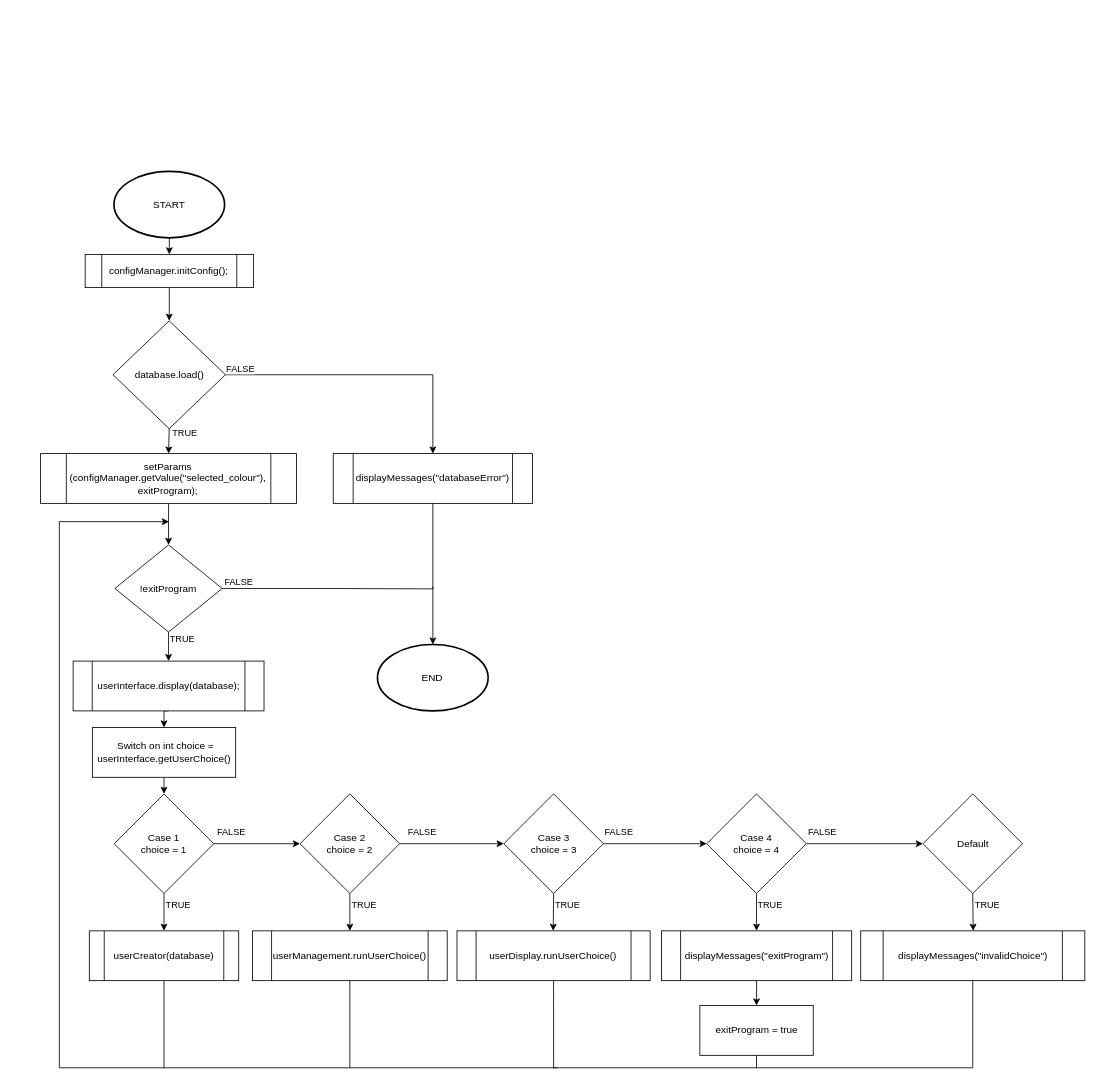
HyperekDerg/HiveHub keeps this draw.io diagram as Doc/Block_Schemes/MAIN.drawio. Above is the earlier version. Source tidied: cells renumbered, new cells numbered last; positions are measured from the earlier drawing's top-left corner, leaving out a move shared by most shapes. Both pictures are drawn from the tidied source at 83%, with x=0, y=0 at pixel (40, 171).
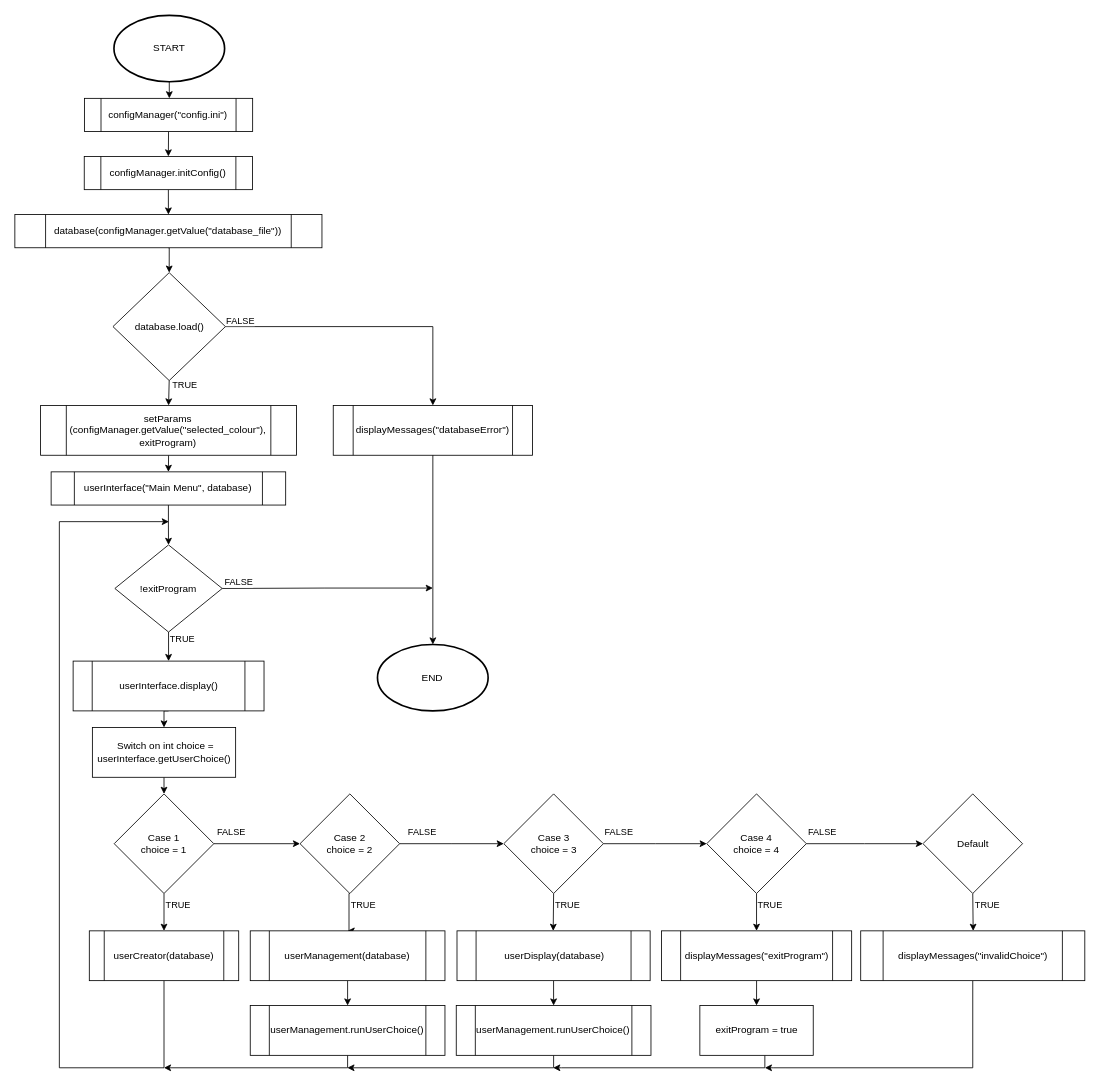
After the change.

Unchanged cells that the change refers to:
```xml
<mxCell id="15" value="!exitProgram" style="rhombus;whiteSpace=wrap;html=1;" parent="1" vertex="1">
  <mxGeometry x="89.9" y="450" width="129.3" height="105" as="geometry" />
</mxCell>
<mxCell id="29" value="Case 2&#10;choice = 2" style="rhombus;whiteSpace=wrap;html=1;" parent="1" vertex="1">
  <mxGeometry x="313" y="750" width="120" height="120" as="geometry" />
</mxCell>
<mxCell id="50" value="exitProgram = true" style="rounded=0;whiteSpace=wrap;html=1;" parent="1" vertex="1">
  <mxGeometry x="794.7" y="1005" width="136.6" height="60" as="geometry" />
</mxCell>
<mxCell id="52" value="displayMessages(&quot;invalidChoice&quot;)" style="shape=process;whiteSpace=wrap;html=1;backgroundOutline=1;" parent="1" vertex="1">
  <mxGeometry x="988.5" y="915" width="270" height="60" as="geometry" />
</mxCell>
```

The edit, as a diff of the source:
```diff
@@
-    <mxCell id="2" style="edgeStyle=orthogonalEdgeStyle;rounded=0;jettySize=auto;html=1;entryX=0.5;entryY=0;entryDx=0;entryDy=0;" parent="1" edge="1" source="3" target="5">
-      <mxGeometry relative="1" as="geometry" />
-    </mxCell>
+    <mxCell id="60" style="edgeStyle=orthogonalEdgeStyle;rounded=0;jettySize=auto;html=1;exitX=0.5;exitY=1;exitDx=0;exitDy=0;exitPerimeter=0;" parent="1" edge="1" source="3" target="65">
+      <mxGeometry relative="1" as="geometry" />
+    </mxCell>
     <mxCell id="3" value="START" style="strokeWidth=2;html=1;shape=mxgraph.flowchart.start_1;whiteSpace=wrap;" parent="1" vertex="1">
-      <mxGeometry x="88.8" width="133.3" height="80" as="geometry" />
+      <mxGeometry x="88.8" y="-188" width="133.3" height="80" as="geometry" />
     </mxCell>
-    <mxCell id="4" style="edgeStyle=orthogonalEdgeStyle;rounded=0;jettySize=auto;html=1;exitX=0.5;exitY=1;exitDx=0;exitDy=0;entryX=0.5;entryY=0;entryDx=0;entryDy=0;" parent="1" edge="1" source="5" target="10">
-      <mxGeometry relative="1" as="geometry" />
-    </mxCell>
+    <mxCell id="61" style="edgeStyle=orthogonalEdgeStyle;rounded=0;jettySize=auto;html=1;exitX=0.5;exitY=1;exitDx=0;exitDy=0;entryX=0.5;entryY=0;entryDx=0;entryDy=0;" parent="1" edge="1" source="5" target="67">
+      <mxGeometry relative="1" as="geometry" />
+    </mxCell>
-    <mxCell id="5" value="&lt;div&gt;configManager.initConfig();&lt;/div&gt;" style="shape=process;whiteSpace=wrap;html=1;backgroundOutline=1;" parent="1" vertex="1">
-      <mxGeometry x="54.1" y="100" width="202.7" height="40" as="geometry" />
+    <mxCell id="5" value="&lt;div&gt;configManager.initConfig()&lt;/div&gt;" style="shape=process;whiteSpace=wrap;html=1;backgroundOutline=1;" parent="1" vertex="1">
+      <mxGeometry x="53" y="-18" width="202.7" height="40" as="geometry" />
     </mxCell>
@@
     <mxCell id="10" value="database.load()" style="rhombus;whiteSpace=wrap;html=1;" parent="1" vertex="1">
-      <mxGeometry x="87.6" y="180" width="135.5" height="130" as="geometry" />
+      <mxGeometry x="87.6" y="122" width="135.5" height="130" as="geometry" />
     </mxCell>
     <mxCell id="11" value="displayMessages(&quot;databaseError&quot;)" style="shape=process;whiteSpace=wrap;html=1;backgroundOutline=1;" parent="1" vertex="1">
-      <mxGeometry x="353" y="340" width="240" height="60" as="geometry" />
+      <mxGeometry x="353" y="282" width="240" height="60" as="geometry" />
     </mxCell>
-    <mxCell id="12" style="edgeStyle=orthogonalEdgeStyle;rounded=0;jettySize=auto;html=1;exitX=0.5;exitY=1;exitDx=0;exitDy=0;entryX=0.5;entryY=0;entryDx=0;entryDy=0;" parent="1" edge="1" source="57" target="15">
-      <mxGeometry relative="1" as="geometry" />
-    </mxCell>
@@
-    <mxCell id="17" value="userInterface.display(database);" style="shape=process;whiteSpace=wrap;html=1;backgroundOutline=1;" parent="1" vertex="1">
+    <mxCell id="17" value="userInterface.display()" style="shape=process;whiteSpace=wrap;html=1;backgroundOutline=1;" parent="1" vertex="1">
       <mxGeometry x="39.6" y="590" width="230" height="60" as="geometry" />
     </mxCell>
@@
-    <mxCell id="25" style="edgeStyle=elbowEdgeStyle;rounded=0;jettySize=auto;html=1;exitX=0.5;exitY=1;exitDx=0;exitDy=0;entryX=0.5;entryY=0;entryDx=0;entryDy=0;" parent="1" edge="1" source="29" target="56">
+    <mxCell id="25" style="edgeStyle=elbowEdgeStyle;rounded=0;jettySize=auto;html=1;exitX=0.5;exitY=1;exitDx=0;exitDy=0;entryX=0.5;entryY=0;entryDx=0;entryDy=0;" parent="1" edge="1" source="29" target="71">
       <mxGeometry relative="1" as="geometry" />
     </mxCell>
@@
-    <mxCell id="45" style="edgeStyle=orthogonalEdgeStyle;rounded=0;jettySize=auto;html=1;exitX=0.5;exitY=1;exitDx=0;exitDy=0;endArrow=none;endFill=0;" parent="1" edge="1" source="46">
+    <mxCell id="45" style="edgeStyle=orthogonalEdgeStyle;rounded=0;jettySize=auto;html=1;exitX=0.5;exitY=1;exitDx=0;exitDy=0;endArrow=classic;endFill=1;" parent="1" edge="1" source="72">
       <mxGeometry relative="1" as="geometry">
-        <mxPoint x="373" y="1080" as="targetPoint" />
+        <mxPoint x="370" y="1080" as="targetPoint" />
         <Array as="points">
           <mxPoint x="619" y="1080" />
-          <mxPoint x="373" y="1080" />
         </Array>
       </mxGeometry>
     </mxCell>
+    <mxCell id="62" style="edgeStyle=orthogonalEdgeStyle;rounded=0;jettySize=auto;html=1;exitX=0.5;exitY=1;exitDx=0;exitDy=0;entryX=0.5;entryY=0;entryDx=0;entryDy=0;" parent="1" edge="1" source="46" target="72">
+      <mxGeometry relative="1" as="geometry" />
+    </mxCell>
-    <mxCell id="46" value="userDisplay.runUserChoice()" style="shape=process;whiteSpace=wrap;html=1;backgroundOutline=1;" parent="1" vertex="1">
+    <mxCell id="46" value="&amp;nbsp;userDisplay(database)" style="shape=process;whiteSpace=wrap;html=1;backgroundOutline=1;" parent="1" vertex="1">
       <mxGeometry x="502.1" y="915" width="232.7" height="60" as="geometry" />
     </mxCell>
@@
-    <mxCell id="49" style="edgeStyle=orthogonalEdgeStyle;rounded=0;jettySize=auto;html=1;exitX=0.5;exitY=1;exitDx=0;exitDy=0;endArrow=none;endFill=0;" parent="1" edge="1" source="50">
+    <mxCell id="49" style="edgeStyle=orthogonalEdgeStyle;rounded=0;orthogonalLoop=1;jettySize=auto;html=1;exitX=0.5;exitY=1;exitDx=0;exitDy=0;endArrow=classic;endFill=1;" parent="1" edge="1">
       <mxGeometry relative="1" as="geometry">
-        <mxPoint x="623" y="1080" as="targetPoint" />
+        <mxPoint x="873" y="1065" as="sourcePoint" />
+        <mxPoint x="618" y="1080" as="targetPoint" />
         <Array as="points">
-          <mxPoint x="863" y="1080" />
-          <mxPoint x="618" y="1080" />
+          <mxPoint x="873" y="1080" />
+          <mxPoint x="628" y="1080" />
         </Array>
       </mxGeometry>
     </mxCell>
@@
-    <mxCell id="51" style="edgeStyle=orthogonalEdgeStyle;rounded=0;jettySize=auto;html=1;exitX=0.5;exitY=1;exitDx=0;exitDy=0;endArrow=none;endFill=0;" parent="1" edge="1" source="52">
+    <mxCell id="51" style="edgeStyle=orthogonalEdgeStyle;rounded=0;jettySize=auto;html=1;exitX=0.5;exitY=1;exitDx=0;exitDy=0;endArrow=classic;endFill=1;" parent="1" edge="1" source="52">
       <mxGeometry relative="1" as="geometry">
-        <mxPoint x="863" y="1080" as="targetPoint" />
+        <mxPoint x="873" y="1080" as="targetPoint" />
         <Array as="points">
           <mxPoint x="1124" y="1080" />
-          <mxPoint x="863" y="1080" />
+          <mxPoint x="883" y="1080" />
         </Array>
       </mxGeometry>
     </mxCell>
@@
-    <mxCell id="55" style="edgeStyle=orthogonalEdgeStyle;rounded=0;jettySize=auto;html=1;exitX=0.5;exitY=1;exitDx=0;exitDy=0;endArrow=none;endFill=0;" parent="1" edge="1" source="56">
+    <mxCell id="55" style="edgeStyle=orthogonalEdgeStyle;rounded=0;jettySize=auto;html=1;exitX=0.5;exitY=1;exitDx=0;exitDy=0;endArrow=classic;endFill=1;" parent="1" edge="1" source="56">
       <mxGeometry relative="1" as="geometry">
         <mxPoint x="149" y="1080" as="targetPoint" />
         <Array as="points">
-          <mxPoint x="373" y="1080" />
-          <mxPoint x="149" y="1080" />
+          <mxPoint x="370" y="1080" />
         </Array>
       </mxGeometry>
     </mxCell>
     <mxCell id="56" value="userManagement.runUserChoice()" style="shape=process;whiteSpace=wrap;html=1;backgroundOutline=1;" parent="1" vertex="1">
-      <mxGeometry x="255.7" y="915" width="234.6" height="60" as="geometry" />
+      <mxGeometry x="253" y="1005" width="234.6" height="60" as="geometry" />
     </mxCell>
+    <mxCell id="63" style="edgeStyle=orthogonalEdgeStyle;rounded=0;jettySize=auto;html=1;exitX=0.5;exitY=1;exitDx=0;exitDy=0;entryX=0.5;entryY=0;entryDx=0;entryDy=0;" parent="1" edge="1" source="57" target="69">
+      <mxGeometry relative="1" as="geometry" />
+    </mxCell>
-    <mxCell id="57" value="setParams&lt;br&gt;(configManager.getValue(&quot;selected_colour&quot;), exitProgram);" style="shape=process;whiteSpace=wrap;html=1;backgroundOutline=1;" parent="1" vertex="1">
-      <mxGeometry x="0.4" y="340" width="308.4" height="60" as="geometry" />
+    <mxCell id="57" value="setParams&lt;br&gt;(configManager.getValue(&quot;selected_colour&quot;), exitProgram)" style="shape=process;whiteSpace=wrap;html=1;backgroundOutline=1;" parent="1" vertex="1">
+      <mxGeometry x="0.4" y="282" width="308.4" height="60" as="geometry" />
     </mxCell>
-    <mxCell id="58" style="edgeStyle=orthogonalEdgeStyle;rounded=0;jettySize=auto;html=1;exitX=1;exitY=0.5;exitDx=0;exitDy=0;endArrow=none;endFill=0;" parent="1" edge="1" source="15">
+    <mxCell id="58" style="edgeStyle=orthogonalEdgeStyle;rounded=0;jettySize=auto;html=1;exitX=1;exitY=0.5;exitDx=0;exitDy=0;endArrow=classic;endFill=1;" parent="1" edge="1" source="15">
       <mxGeometry relative="1" as="geometry">
-        <mxPoint x="473" y="500" as="targetPoint" />
+        <mxPoint x="473" y="502" as="targetPoint" />
         <Array as="points">
           <mxPoint x="343" y="503" />
           <mxPoint x="473" y="503" />
         </Array>
       </mxGeometry>
     </mxCell>
@@
+    <mxCell id="64" style="edgeStyle=orthogonalEdgeStyle;rounded=0;jettySize=auto;html=1;exitX=0.5;exitY=1;exitDx=0;exitDy=0;entryX=0.5;entryY=0;entryDx=0;entryDy=0;" parent="1" edge="1" source="65" target="5">
+      <mxGeometry relative="1" as="geometry" />
+    </mxCell>
+    <mxCell id="65" value="&lt;div&gt;configManager(&quot;config.ini&quot;)&lt;/div&gt;" style="shape=process;whiteSpace=wrap;html=1;backgroundOutline=1;" parent="1" vertex="1">
+      <mxGeometry x="53.2" y="-88" width="202.7" height="40" as="geometry" />
+    </mxCell>
+    <mxCell id="66" style="edgeStyle=orthogonalEdgeStyle;rounded=0;jettySize=auto;html=1;exitX=0.5;exitY=1;exitDx=0;exitDy=0;entryX=0.5;entryY=0;entryDx=0;entryDy=0;" parent="1" edge="1" source="67" target="10">
+      <mxGeometry relative="1" as="geometry" />
+    </mxCell>
+    <mxCell id="67" value="&lt;div&gt;database(configManager.getValue(&quot;database_file&quot;))&lt;/div&gt;" style="shape=process;whiteSpace=wrap;html=1;backgroundOutline=1;" parent="1" vertex="1">
+      <mxGeometry x="-30.6" y="52" width="370" height="40" as="geometry" />
+    </mxCell>
+    <mxCell id="68" style="edgeStyle=orthogonalEdgeStyle;rounded=0;jettySize=auto;html=1;exitX=0.5;exitY=1;exitDx=0;exitDy=0;entryX=0.5;entryY=0;entryDx=0;entryDy=0;" parent="1" edge="1" source="69" target="15">
+      <mxGeometry relative="1" as="geometry" />
+    </mxCell>
+    <mxCell id="69" value="userInterface(&quot;Main Menu&quot;, database)" style="shape=process;whiteSpace=wrap;html=1;backgroundOutline=1;" parent="1" vertex="1">
+      <mxGeometry x="13.1" y="362" width="282.6" height="40" as="geometry" />
+    </mxCell>
+    <mxCell id="70" style="edgeStyle=orthogonalEdgeStyle;rounded=0;jettySize=auto;html=1;exitX=0.5;exitY=1;exitDx=0;exitDy=0;entryX=0.5;entryY=0;entryDx=0;entryDy=0;" parent="1" edge="1" source="71" target="56">
+      <mxGeometry relative="1" as="geometry" />
+    </mxCell>
+    <mxCell id="71" value="userManagement(database)" style="shape=process;whiteSpace=wrap;html=1;backgroundOutline=1;" parent="1" vertex="1">
+      <mxGeometry x="253" y="915" width="234.6" height="60" as="geometry" />
+    </mxCell>
+    <mxCell id="72" value="userManagement.runUserChoice()" style="shape=process;whiteSpace=wrap;html=1;backgroundOutline=1;" parent="1" vertex="1">
+      <mxGeometry x="501.2" y="1005" width="234.6" height="60" as="geometry" />
+    </mxCell>
```
